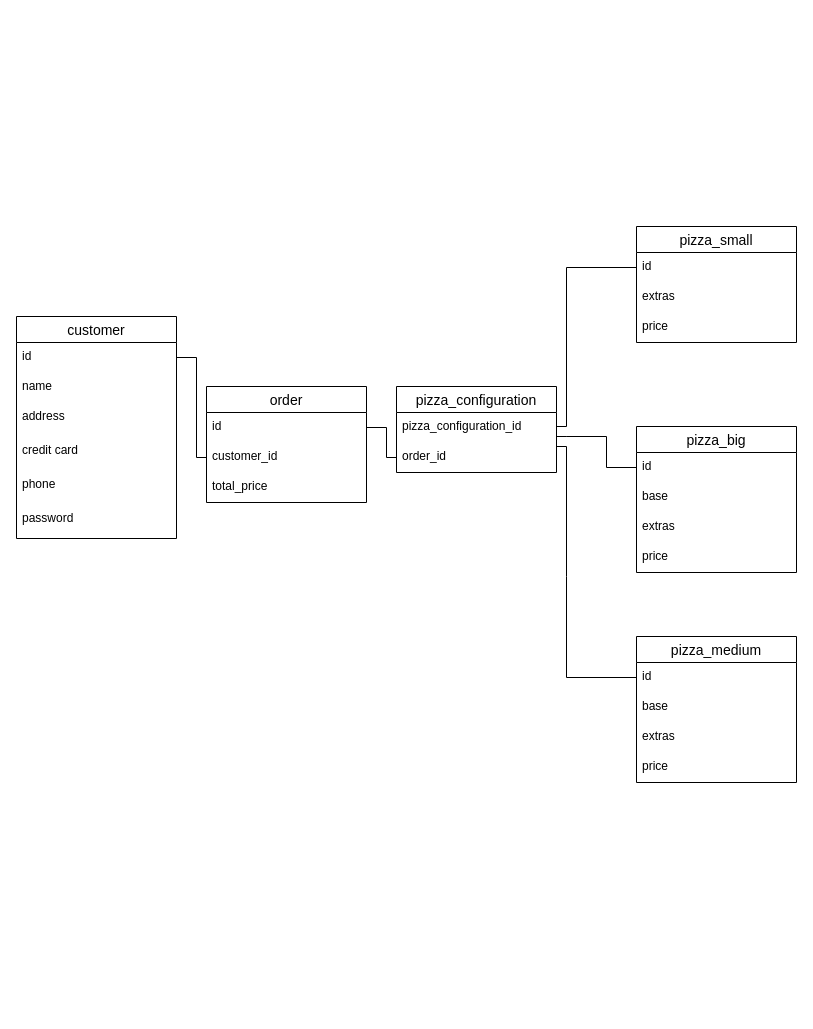
Above: Task 1/Domina.drawio in BlackFox1197/sdi (draw.io), before the change. Source tidied: cells renumbered, new cells numbered last; positions are measured from the earlier drawing's top-left corner, leaving out a move shared by most shapes. Both pictures are drawn from the tidied source at 100%, with x=0, y=0 at pixel (16, 226).
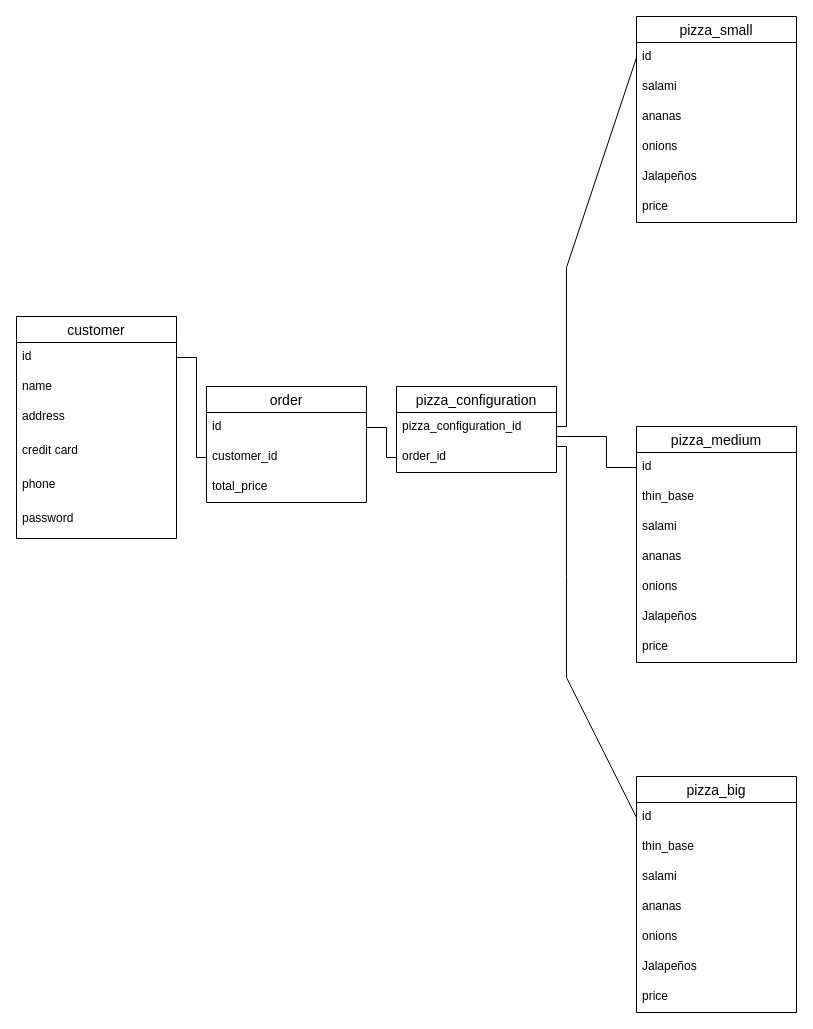
The same page after the edit.

Diff of the diagram source:
```diff
@@
-    <mxCell id="2" value="pizza_medium" style="swimlane;fontStyle=0;horizontal=1;startSize=26;align=center;fontSize=14;" parent="1" vertex="1">
-      <mxGeometry x="620" y="410" width="160" height="146" as="geometry" />
-    </mxCell>
-    <mxCell id="3" value="id" style="text;strokeColor=none;fillColor=none;spacingLeft=4;spacingRight=4;overflow=hidden;points=[[0,0.5],[1,0.5]];portConstraint=eastwest;fontSize=12;" parent="2" vertex="1">
-      <mxGeometry y="26" width="160" height="30" as="geometry" />
-    </mxCell>
-    <mxCell id="4" value="base" style="text;strokeColor=none;fillColor=none;spacingLeft=4;spacingRight=4;overflow=hidden;fontSize=12;" parent="2" vertex="1">
-      <mxGeometry y="56" width="160" height="30" as="geometry" />
-    </mxCell>
-    <mxCell id="5" value="extras" style="text;strokeColor=none;fillColor=none;spacingLeft=4;spacingRight=4;overflow=hidden;fontSize=12;" parent="2" vertex="1">
-      <mxGeometry y="86" width="160" height="30" as="geometry" />
-    </mxCell>
-    <mxCell id="6" value="price" style="text;strokeColor=none;fillColor=none;spacingLeft=4;spacingRight=4;overflow=hidden;fontSize=12;" parent="2" vertex="1">
-      <mxGeometry y="116" width="160" height="30" as="geometry" />
-    </mxCell>
@@
-    <mxCell id="14" value="pizza_big" style="swimlane;fontStyle=0;horizontal=1;startSize=26;align=center;fontSize=14;" parent="1" vertex="1">
-      <mxGeometry x="620" y="200" width="160" height="146" as="geometry" />
+    <mxCell id="14" value="pizza_medium" style="swimlane;fontStyle=0;horizontal=1;startSize=26;align=center;fontSize=14;" parent="1" vertex="1">
+      <mxGeometry x="620" y="200" width="160" height="236" as="geometry" />
     </mxCell>
@@
-    <mxCell id="16" value="base" style="text;strokeColor=none;fillColor=none;spacingLeft=4;spacingRight=4;overflow=hidden;fontSize=12;" parent="14" vertex="1">
+    <mxCell id="16" value="thin_base" style="text;strokeColor=none;fillColor=none;spacingLeft=4;spacingRight=4;overflow=hidden;fontSize=12;" parent="14" vertex="1">
       <mxGeometry y="56" width="160" height="30" as="geometry" />
     </mxCell>
+    <mxCell id="35" value="salami" style="text;strokeColor=none;fillColor=none;spacingLeft=4;spacingRight=4;overflow=hidden;fontSize=12;" parent="14" vertex="1">
+      <mxGeometry y="86" width="160" height="30" as="geometry" />
+    </mxCell>
+    <mxCell id="36" value="ananas" style="text;strokeColor=none;fillColor=none;spacingLeft=4;spacingRight=4;overflow=hidden;fontSize=12;" parent="14" vertex="1">
+      <mxGeometry y="116" width="160" height="30" as="geometry" />
+    </mxCell>
+    <mxCell id="37" value="onions" style="text;strokeColor=none;fillColor=none;spacingLeft=4;spacingRight=4;overflow=hidden;fontSize=12;" parent="14" vertex="1">
+      <mxGeometry y="146" width="160" height="30" as="geometry" />
+    </mxCell>
-    <mxCell id="17" value="extras" style="text;strokeColor=none;fillColor=none;spacingLeft=4;spacingRight=4;overflow=hidden;fontSize=12;" parent="14" vertex="1">
-      <mxGeometry y="86" width="160" height="30" as="geometry" />
+    <mxCell id="17" value="Jalapeños " style="text;strokeColor=none;fillColor=none;spacingLeft=4;spacingRight=4;overflow=hidden;fontSize=12;" parent="14" vertex="1">
+      <mxGeometry y="176" width="160" height="30" as="geometry" />
     </mxCell>
     <mxCell id="18" value="price" style="text;strokeColor=none;fillColor=none;spacingLeft=4;spacingRight=4;overflow=hidden;fontSize=12;" parent="14" vertex="1">
-      <mxGeometry y="116" width="160" height="30" as="geometry" />
+      <mxGeometry y="206" width="160" height="30" as="geometry" />
     </mxCell>
     <mxCell id="19" value="pizza_small" style="swimlane;fontStyle=0;horizontal=1;startSize=26;align=center;fontSize=14;" parent="1" vertex="1">
-      <mxGeometry x="620" width="160" height="116" as="geometry" />
+      <mxGeometry x="620" y="-210" width="160" height="206" as="geometry" />
     </mxCell>
@@
+    <mxCell id="38" value="salami" style="text;strokeColor=none;fillColor=none;spacingLeft=4;spacingRight=4;overflow=hidden;fontSize=12;" parent="19" vertex="1">
+      <mxGeometry y="56" width="160" height="30" as="geometry" />
+    </mxCell>
+    <mxCell id="39" value="ananas" style="text;strokeColor=none;fillColor=none;spacingLeft=4;spacingRight=4;overflow=hidden;fontSize=12;" parent="19" vertex="1">
+      <mxGeometry y="86" width="160" height="30" as="geometry" />
+    </mxCell>
+    <mxCell id="40" value="onions" style="text;strokeColor=none;fillColor=none;spacingLeft=4;spacingRight=4;overflow=hidden;fontSize=12;" parent="19" vertex="1">
+      <mxGeometry y="116" width="160" height="30" as="geometry" />
+    </mxCell>
-    <mxCell id="21" value="extras" style="text;strokeColor=none;fillColor=none;spacingLeft=4;spacingRight=4;overflow=hidden;fontSize=12;" parent="19" vertex="1">
-      <mxGeometry y="56" width="160" height="30" as="geometry" />
+    <mxCell id="21" value="Jalapeños " style="text;strokeColor=none;fillColor=none;spacingLeft=4;spacingRight=4;overflow=hidden;fontSize=12;" parent="19" vertex="1">
+      <mxGeometry y="146" width="160" height="30" as="geometry" />
     </mxCell>
     <mxCell id="22" value="price" style="text;strokeColor=none;fillColor=none;spacingLeft=4;spacingRight=4;overflow=hidden;fontSize=12;" parent="19" vertex="1">
-      <mxGeometry y="86" width="160" height="30" as="geometry" />
+      <mxGeometry y="176" width="160" height="30" as="geometry" />
     </mxCell>
@@
+    <mxCell id="41" value="pizza_big" style="swimlane;fontStyle=0;horizontal=1;startSize=26;align=center;fontSize=14;" parent="1" vertex="1">
+      <mxGeometry x="620" y="550" width="160" height="236" as="geometry" />
+    </mxCell>
+    <mxCell id="3" value="id" style="text;strokeColor=none;fillColor=none;spacingLeft=4;spacingRight=4;overflow=hidden;points=[[0,0.5],[1,0.5]];portConstraint=eastwest;fontSize=12;" parent="41" vertex="1">
+      <mxGeometry y="26" width="160" height="30" as="geometry" />
+    </mxCell>
+    <mxCell id="42" value="thin_base" style="text;strokeColor=none;fillColor=none;spacingLeft=4;spacingRight=4;overflow=hidden;fontSize=12;" parent="41" vertex="1">
+      <mxGeometry y="56" width="160" height="30" as="geometry" />
+    </mxCell>
+    <mxCell id="43" value="salami" style="text;strokeColor=none;fillColor=none;spacingLeft=4;spacingRight=4;overflow=hidden;fontSize=12;" parent="41" vertex="1">
+      <mxGeometry y="86" width="160" height="30" as="geometry" />
+    </mxCell>
+    <mxCell id="44" value="ananas" style="text;strokeColor=none;fillColor=none;spacingLeft=4;spacingRight=4;overflow=hidden;fontSize=12;" parent="41" vertex="1">
+      <mxGeometry y="116" width="160" height="30" as="geometry" />
+    </mxCell>
+    <mxCell id="45" value="onions" style="text;strokeColor=none;fillColor=none;spacingLeft=4;spacingRight=4;overflow=hidden;fontSize=12;" parent="41" vertex="1">
+      <mxGeometry y="146" width="160" height="30" as="geometry" />
+    </mxCell>
+    <mxCell id="46" value="Jalapeños " style="text;strokeColor=none;fillColor=none;spacingLeft=4;spacingRight=4;overflow=hidden;fontSize=12;" parent="41" vertex="1">
+      <mxGeometry y="176" width="160" height="30" as="geometry" />
+    </mxCell>
+    <mxCell id="6" value="price" style="text;strokeColor=none;fillColor=none;spacingLeft=4;spacingRight=4;overflow=hidden;fontSize=12;" parent="41" vertex="1">
+      <mxGeometry y="206" width="160" height="30" as="geometry" />
+    </mxCell>
```
